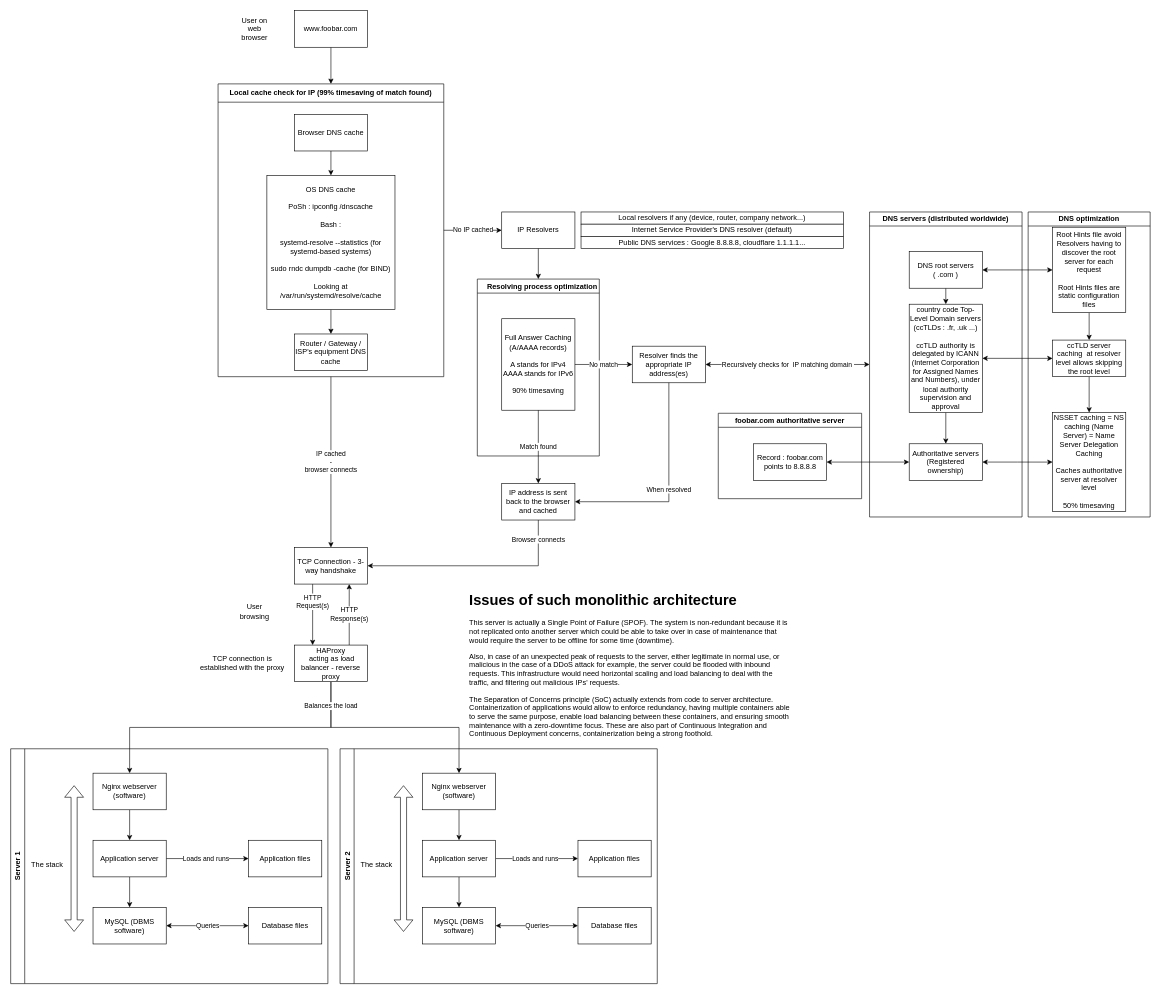
Above: web_infrastructure_design/1-distributed_web_infrastructure.drawio in jmitchell35/holbertonschool-system_engineering-devops (draw.io), before the change. Source tidied: cells renumbered, new cells numbered last; positions are measured from the earlier drawing's top-left corner, leaving out a move shared by most shapes. Both pictures are drawn from the tidied source at 61%, with x=0, y=0 at pixel (10, 10).
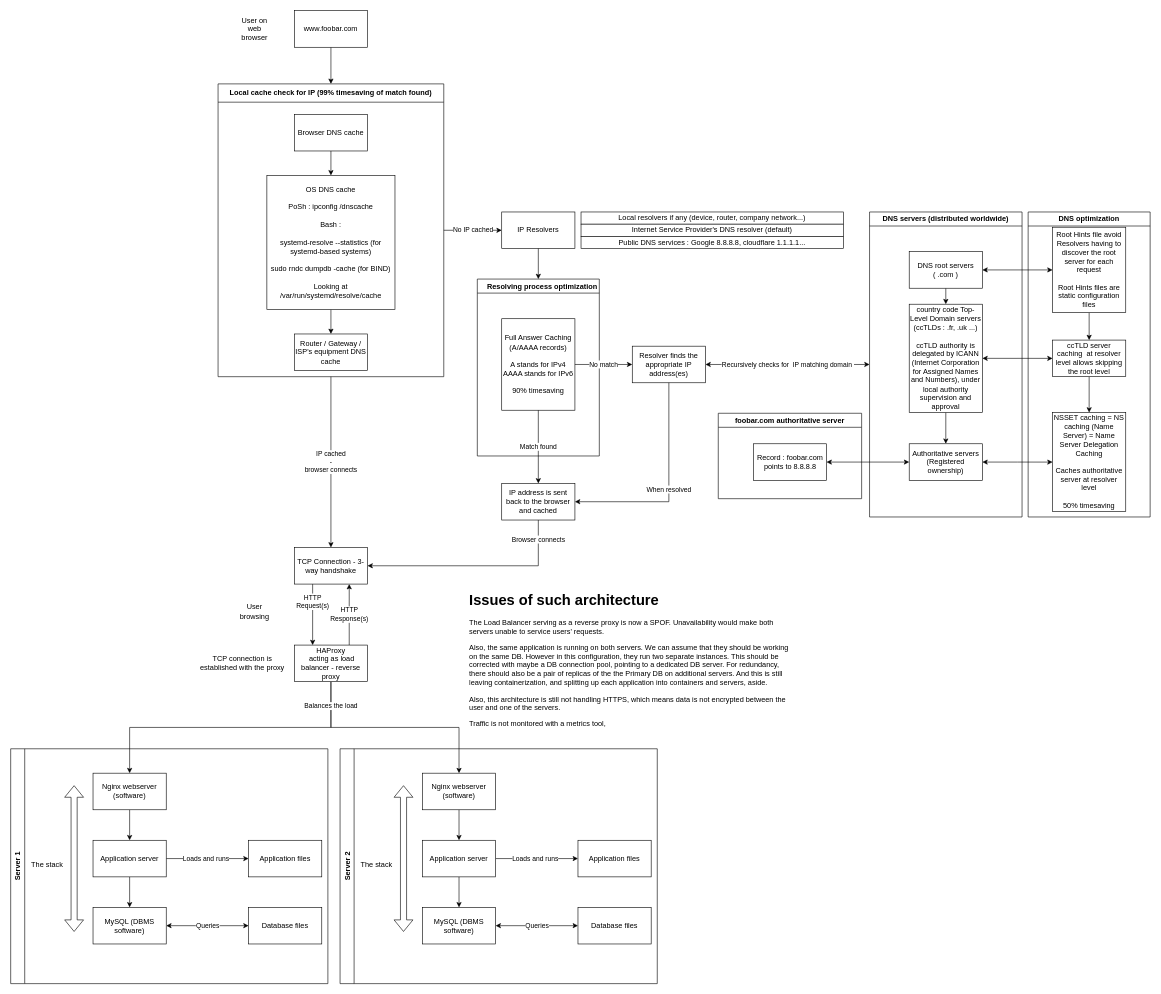
Above is the later version.

Commit message:
Working on issues

What changed in the source:
```diff
@@
-    <mxCell id="17" value="&lt;h1 style=&quot;margin-top: 0px;&quot;&gt;Issues of such monolithic architecture&lt;/h1&gt;&lt;p&gt;This server is actually a Single Point of Failure (SPOF). The system is non-redundant because it is not replicated onto another server which could be able to take over in case of maintenance that would require the server to be offline for some time (downtime).&lt;br&gt;&lt;/p&gt;&lt;p&gt;Also, in case of an unexpected peak of requests to the server, either legitimate in normal use, or malicious in the case of a DDoS attack for example, the server could be flooded with inbound requests. This infrastructure would need horizontal scaling and load balancing to deal with the traffic, and filtering out malicious IPs' requests.&lt;/p&gt;&lt;p&gt;The Separation of Concerns principle (SoC) actually extends from code to server architecture. Containerization of applications would allow to enforce redundancy, having multiple containers able to serve the same purpose, enable load balancing between these containers, and ensuring smooth maintenance with a zero-downtime focus. These are also part of Continuous Integration and Continuous Deployment concerns, containerization being a strong foothold.&lt;/p&gt;" style="text;html=1;whiteSpace=wrap;overflow=hidden;rounded=0;" parent="1" vertex="1">
+    <mxCell id="17" value="&lt;h1 style=&quot;margin-top: 0px;&quot;&gt;Issues of such architecture&lt;/h1&gt;&lt;p&gt;The Load Balancer serving as a reverse proxy is now a SPOF. Unavailability would make both servers unable to service users' requests.&lt;/p&gt;&lt;p&gt;Also, the same application is running on both servers. We can assume that they should be working on the same DB. However in this configuration, they run two separate instances. This should be corrected with maybe a DB connection pool, pointing to a dedicated DB server. For redundancy, there should also be a pair of replicas of the the Primary DB on additional servers. And this is still leaving containerization, and splitting up each application into containers and servers, aside.&lt;/p&gt;&lt;p&gt;Also, this architecture is still not handling HTTPS, which means data is not encrypted between the user and one of the servers.&lt;/p&gt;&lt;p&gt;Traffic is not monitored with a metrics tool,&lt;/p&gt;" style="text;html=1;whiteSpace=wrap;overflow=hidden;rounded=0;" parent="1" vertex="1">
       <mxGeometry x="750" y="945" width="530" height="250" as="geometry" />
     </mxCell>
```
